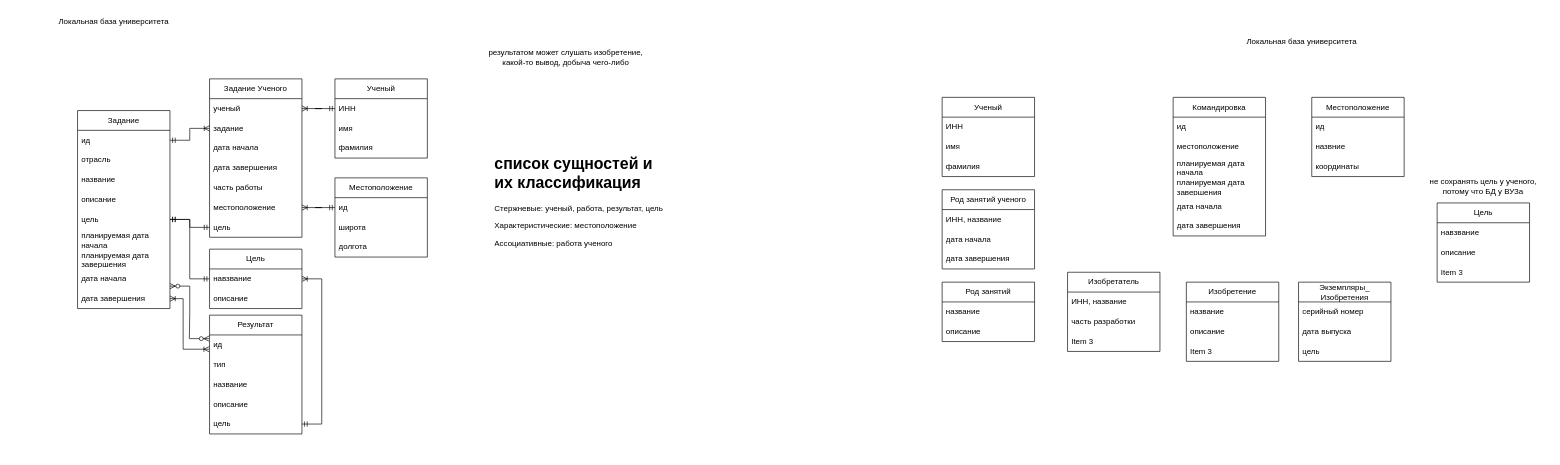
Earlier version of the draw.io diagram DB/lab_1/diagrams/info.drawio (vanya9090/itmo). Source tidied: cells renumbered, new cells numbered last; positions are measured from the earlier drawing's top-left corner, leaving out a move shared by most shapes. Both pictures are drawn from the tidied source at 66%, with x=0, y=0 at pixel (11, 11).
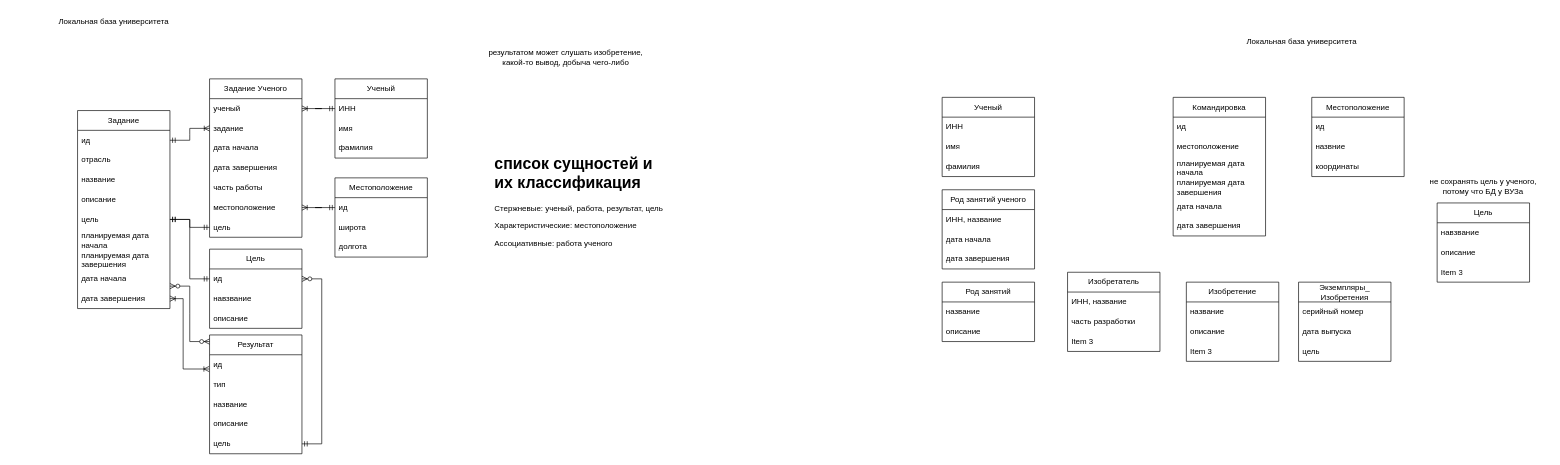
After the change.

Unchanged cells that the change refers to:
```xml
<mxCell id="51" value="цель" style="text;strokeColor=none;fillColor=none;align=left;verticalAlign=middle;spacingLeft=4;spacingRight=4;overflow=hidden;points=[[0,0.5],[1,0.5]];portConstraint=eastwest;whiteSpace=wrap;html=1;" parent="46" vertex="1">
  <mxGeometry y="150" width="140" height="30" as="geometry" />
</mxCell>
<mxCell id="69" value="цель" style="text;strokeColor=none;fillColor=none;align=left;verticalAlign=middle;spacingLeft=4;spacingRight=4;overflow=hidden;points=[[0,0.5],[1,0.5]];portConstraint=eastwest;whiteSpace=wrap;html=1;" parent="64" vertex="1">
  <mxGeometry y="150" width="140" height="30" as="geometry" />
</mxCell>
```

The edit, as a diff of the source:
```diff
@@
     <mxCell id="56" value="Цель" style="swimlane;fontStyle=0;horizontal=1;startSize=30;whiteSpace=wrap;html=1;" parent="1" vertex="1">
-      <mxGeometry x="300" y="360" width="140" height="90" as="geometry" />
+      <mxGeometry x="300" y="360" width="140" height="120" as="geometry" />
     </mxCell>
+    <mxCell id="88" value="ид" style="text;strokeColor=none;fillColor=none;align=left;verticalAlign=middle;spacingLeft=4;spacingRight=4;overflow=hidden;points=[[0,0.5],[1,0.5]];portConstraint=eastwest;whiteSpace=wrap;html=1;" parent="56" vertex="1">
+      <mxGeometry y="30" width="140" height="30" as="geometry" />
+    </mxCell>
     <mxCell id="57" value="навзвание" style="text;strokeColor=none;fillColor=none;align=left;verticalAlign=middle;spacingLeft=4;spacingRight=4;overflow=hidden;points=[[0,0.5],[1,0.5]];portConstraint=eastwest;whiteSpace=wrap;html=1;" parent="56" vertex="1">
-      <mxGeometry y="30" width="140" height="30" as="geometry" />
+      <mxGeometry y="60" width="140" height="30" as="geometry" />
     </mxCell>
     <mxCell id="58" value="описание" style="text;strokeColor=none;fillColor=none;align=left;verticalAlign=middle;spacingLeft=4;spacingRight=4;overflow=hidden;whiteSpace=wrap;html=1;" parent="56" vertex="1">
-      <mxGeometry y="60" width="140" height="30" as="geometry" />
+      <mxGeometry y="90" width="140" height="30" as="geometry" />
     </mxCell>
@@
     <mxCell id="64" value="Результат" style="swimlane;fontStyle=0;horizontal=1;startSize=30;whiteSpace=wrap;html=1;" parent="1" vertex="1">
-      <mxGeometry x="300" y="460" width="140" height="180" as="geometry" />
+      <mxGeometry x="300" y="490" width="140" height="180" as="geometry" />
     </mxCell>
@@
-    <mxCell id="71" style="edgeStyle=entityRelationEdgeStyle;fontSize=12;html=1;endArrow=ERzeroToMany;endFill=1;startArrow=ERzeroToMany;rounded=0;entryX=-0.004;entryY=0.187;entryDx=0;entryDy=0;entryPerimeter=0;" parent="1" edge="1">
+    <mxCell id="71" style="edgeStyle=entityRelationEdgeStyle;fontSize=12;html=1;endArrow=ERzeroToMany;endFill=1;startArrow=ERzeroToMany;rounded=0;" parent="1" edge="1">
       <mxGeometry relative="1" as="geometry">
         <mxPoint x="240" y="416" as="sourcePoint" />
-        <mxPoint x="299.4" y="495.6" as="targetPoint" />
+        <mxPoint x="300" y="500" as="targetPoint" />
       </mxGeometry>
     </mxCell>
@@
-    <mxCell id="84" style="edgeStyle=entityRelationEdgeStyle;fontSize=12;html=1;endArrow=ERmandOne;startArrow=ERmandOne;rounded=0;exitX=0;exitY=0.5;exitDx=0;exitDy=0;entryX=1;entryY=0.5;entryDx=0;entryDy=0;" parent="1" edge="1" source="57" target="51">
+    <mxCell id="84" style="edgeStyle=entityRelationEdgeStyle;fontSize=12;html=1;endArrow=ERmandOne;startArrow=ERmandOne;rounded=0;exitX=0;exitY=0.5;exitDx=0;exitDy=0;entryX=1;entryY=0.5;entryDx=0;entryDy=0;" parent="1" edge="1" source="88" target="51">
       <mxGeometry relative="1" as="geometry" />
     </mxCell>
-    <mxCell id="85" style="edgeStyle=entityRelationEdgeStyle;fontSize=12;html=1;endArrow=ERoneToMany;startArrow=ERmandOne;rounded=0;exitX=1;exitY=0.5;exitDx=0;exitDy=0;entryX=1;entryY=0.5;entryDx=0;entryDy=0;" parent="1" edge="1" source="69" target="57">
-      <mxGeometry relative="1" as="geometry" />
-    </mxCell>
@@
+    <mxCell id="89" style="edgeStyle=entityRelationEdgeStyle;fontSize=12;html=1;endArrow=ERzeroToMany;startArrow=ERmandOne;rounded=0;exitX=1;exitY=0.5;exitDx=0;exitDy=0;entryX=1;entryY=0.5;entryDx=0;entryDy=0;" parent="1" edge="1" source="69" target="88">
+      <mxGeometry relative="1" as="geometry" />
+    </mxCell>
```
